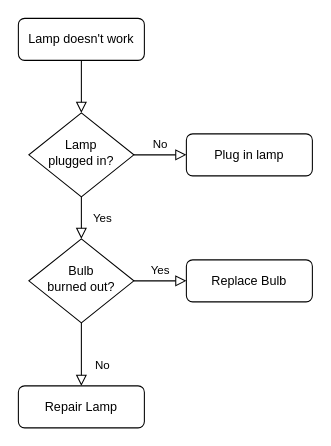
Earlier version of the draw.io diagram milkteacup_segregator.drawio (x1528045870/x1528045870). Source tidied: cells renumbered, new cells numbered last; positions are measured from the earlier drawing's top-left corner, leaving out a move shared by most shapes. Both pictures are drawn from the tidied source at 105%, with x=0, y=0 at pixel (18, 18).
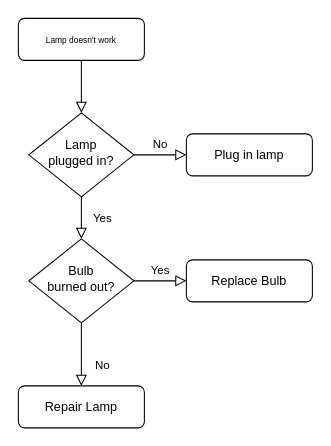
After the change.

Diff of the diagram source:
```diff
@@
 <mxGraphModel>
   <root>
     <mxCell id="0" />
     <mxCell id="1" parent="0" />
     <mxCell id="2" style="rounded=0;html=1;jettySize=auto;fontSize=11;endArrow=block;endFill=0;endSize=8;strokeWidth=1;shadow=0;labelBackgroundColor=none;edgeStyle=orthogonalEdgeStyle;" parent="1" edge="1" source="3" target="6">
       <mxGeometry relative="1" as="geometry" />
     </mxCell>
-    <mxCell id="3" value="Lamp doesn't work" style="rounded=1;whiteSpace=wrap;html=1;fontSize=12;glass=0;strokeWidth=1;shadow=0;" parent="1" vertex="1">
+    <mxCell id="3" value="&lt;font style=&quot;font-size: 8px;&quot;&gt;Lamp doesn't work&lt;/font&gt;" style="rounded=1;whiteSpace=wrap;html=1;fontSize=12;glass=0;strokeWidth=1;shadow=0;" parent="1" vertex="1">
       <mxGeometry width="120" height="40" as="geometry" />
     </mxCell>
     <mxCell id="4" value="Yes" style="rounded=0;html=1;jettySize=auto;fontSize=11;endArrow=block;endFill=0;endSize=8;strokeWidth=1;shadow=0;labelBackgroundColor=none;edgeStyle=orthogonalEdgeStyle;" parent="1" edge="1" source="6" target="10">
       <mxGeometry y="20" relative="1" as="geometry" />
     </mxCell>
     <mxCell id="5" value="No" style="edgeStyle=orthogonalEdgeStyle;rounded=0;html=1;jettySize=auto;fontSize=11;endArrow=block;endFill=0;endSize=8;strokeWidth=1;shadow=0;labelBackgroundColor=none;" parent="1" edge="1" source="6" target="7">
       <mxGeometry y="10" relative="1" as="geometry" />
     </mxCell>
     <mxCell id="6" value="Lamp&lt;br&gt;plugged in?" style="rhombus;whiteSpace=wrap;html=1;shadow=0;fontFamily=Helvetica;fontSize=12;align=center;strokeWidth=1;spacing=6;spacingTop=-4;" parent="1" vertex="1">
       <mxGeometry x="10" y="90" width="100" height="80" as="geometry" />
     </mxCell>
     <mxCell id="7" value="Plug in lamp" style="rounded=1;whiteSpace=wrap;html=1;fontSize=12;glass=0;strokeWidth=1;shadow=0;" parent="1" vertex="1">
       <mxGeometry x="160" y="110" width="120" height="40" as="geometry" />
     </mxCell>
     <mxCell id="8" value="No" style="rounded=0;html=1;jettySize=auto;fontSize=11;endArrow=block;endFill=0;endSize=8;strokeWidth=1;shadow=0;labelBackgroundColor=none;edgeStyle=orthogonalEdgeStyle;" parent="1" edge="1" source="10" target="11">
       <mxGeometry x="0.33" y="20" relative="1" as="geometry" />
     </mxCell>
     <mxCell id="9" value="Yes" style="edgeStyle=orthogonalEdgeStyle;rounded=0;html=1;jettySize=auto;fontSize=11;endArrow=block;endFill=0;endSize=8;strokeWidth=1;shadow=0;labelBackgroundColor=none;" parent="1" edge="1" source="10" target="12">
       <mxGeometry y="10" relative="1" as="geometry" />
     </mxCell>
     <mxCell id="10" value="Bulb&lt;br&gt;burned out?" style="rhombus;whiteSpace=wrap;html=1;shadow=0;fontFamily=Helvetica;fontSize=12;align=center;strokeWidth=1;spacing=6;spacingTop=-4;" parent="1" vertex="1">
       <mxGeometry x="10" y="210" width="100" height="80" as="geometry" />
     </mxCell>
     <mxCell id="11" value="Repair Lamp" style="rounded=1;whiteSpace=wrap;html=1;fontSize=12;glass=0;strokeWidth=1;shadow=0;" parent="1" vertex="1">
       <mxGeometry y="350" width="120" height="40" as="geometry" />
     </mxCell>
     <mxCell id="12" value="Replace Bulb" style="rounded=1;whiteSpace=wrap;html=1;fontSize=12;glass=0;strokeWidth=1;shadow=0;" parent="1" vertex="1">
       <mxGeometry x="160" y="230" width="120" height="40" as="geometry" />
     </mxCell>
   </root>
 </mxGraphModel>
```
